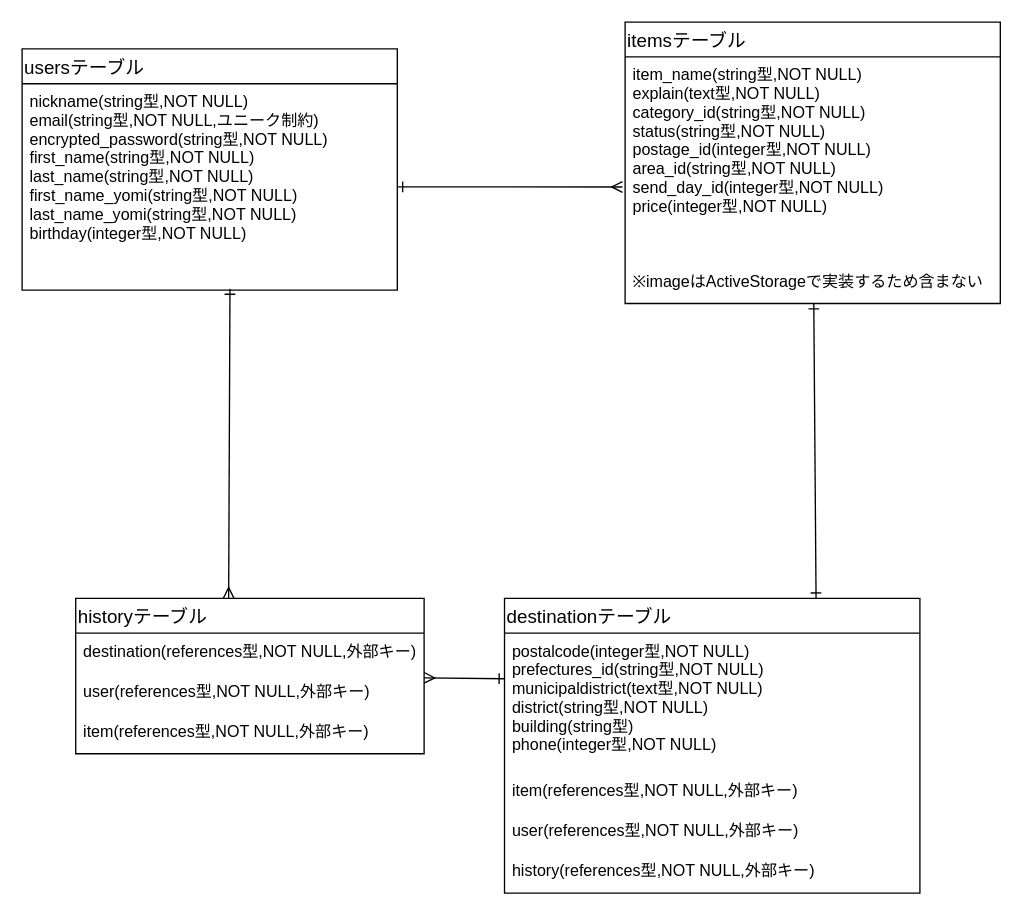
The draw.io diagram er.dio in tamtam-time/furima-38599, before the edit. Source tidied: cells renumbered, new cells numbered last; positions are measured from the earlier drawing's top-left corner, leaving out a move shared by most shapes. Both pictures are drawn from the tidied source at 134%, with x=0, y=0 at pixel (21, 21).
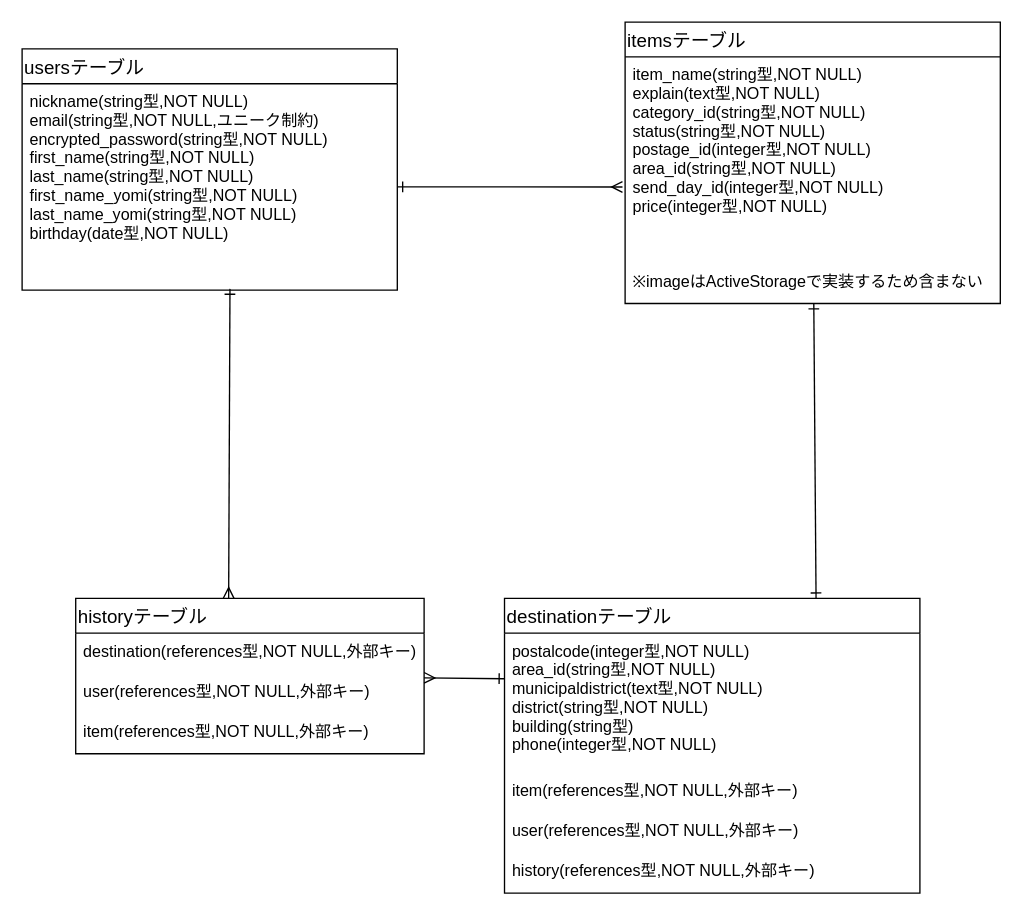
The same diagram, later.

Commit message (it also covers changes not shown here):
データベース設計：修正分

以下が最新のER図になります。
https://gyazo.com/0294c5662f1475d13204c513db7b206a

ご確認のほど宜しくお願いいたします。

The change refers to these unchanged cells:
```xml
<mxCell id="2" value="usersテーブル" style="swimlane;fontStyle=0;horizontal=1;startSize=26;align=left;fontSize=14;spacingTop=0;" parent="1" vertex="1">
  <mxGeometry y="20" width="280" height="180" as="geometry" />
</mxCell>
<mxCell id="8" value="destinationテーブル" style="swimlane;fontStyle=0;horizontal=1;startSize=26;align=left;fontSize=14;" parent="1" vertex="1">
  <mxGeometry x="360" y="430" width="310" height="220" as="geometry" />
</mxCell>
```

What changed in the source:
```diff
@@
-    <mxCell id="3" value="nickname(string型,NOT NULL)&#10;email(string型,NOT NULL,ユニーク制約)&#10;encrypted_password(string型,NOT NULL)&#10;first_name(string型,NOT NULL)&#10;last_name(string型,NOT NULL)&#10;first_name_yomi(string型,NOT NULL)&#10;last_name_yomi(string型,NOT NULL)&#10;birthday(integer型,NOT NULL)&#10;" style="text;strokeColor=none;fillColor=none;spacingLeft=4;spacingRight=4;overflow=hidden;points=[[0,0.5],[1,0.5]];portConstraint=eastwest;fontSize=12;spacingTop=0;spacing=2;spacingBottom=0;" parent="2" vertex="1">
+    <mxCell id="3" value="nickname(string型,NOT NULL)&#10;email(string型,NOT NULL,ユニーク制約)&#10;encrypted_password(string型,NOT NULL)&#10;first_name(string型,NOT NULL)&#10;last_name(string型,NOT NULL)&#10;first_name_yomi(string型,NOT NULL)&#10;last_name_yomi(string型,NOT NULL)&#10;birthday(date型,NOT NULL)&#10;" style="text;strokeColor=none;fillColor=none;spacingLeft=4;spacingRight=4;overflow=hidden;points=[[0,0.5],[1,0.5]];portConstraint=eastwest;fontSize=12;spacingTop=0;spacing=2;spacingBottom=0;" parent="2" vertex="1">
       <mxGeometry y="26" width="280" height="154" as="geometry" />
     </mxCell>
@@
-    <mxCell id="9" value="postalcode(integer型,NOT NULL)&#10;prefectures_id(string型,NOT NULL)&#10;municipaldistrict(text型,NOT NULL)&#10;district(string型,NOT NULL)&#10;building(string型)&#10;phone(integer型,NOT NULL)" style="text;strokeColor=none;fillColor=none;spacingLeft=4;spacingRight=4;overflow=hidden;fontSize=12;" parent="8" vertex="1">
+    <mxCell id="9" value="postalcode(integer型,NOT NULL)&#10;area_id(string型,NOT NULL)&#10;municipaldistrict(text型,NOT NULL)&#10;district(string型,NOT NULL)&#10;building(string型)&#10;phone(integer型,NOT NULL)" style="text;strokeColor=none;fillColor=none;spacingLeft=4;spacingRight=4;overflow=hidden;fontSize=12;" parent="8" vertex="1">
       <mxGeometry y="26" width="310" height="104" as="geometry" />
     </mxCell>
```
